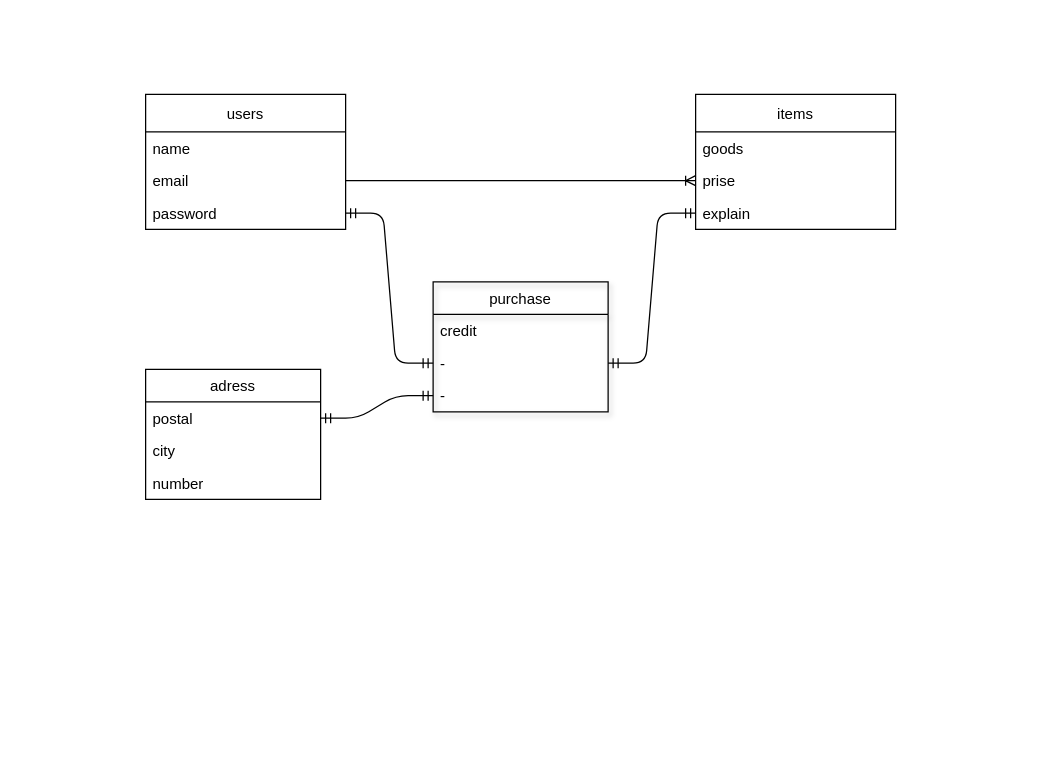
Above: furima-33002.dio in shareNOU/furima-33002 (draw.io), before the change. Source tidied: cells renumbered, new cells numbered last; positions are measured from the earlier drawing's top-left corner, leaving out a move shared by most shapes. Both pictures are drawn from the tidied source at 125%, with x=0, y=0 at pixel (145, 94).
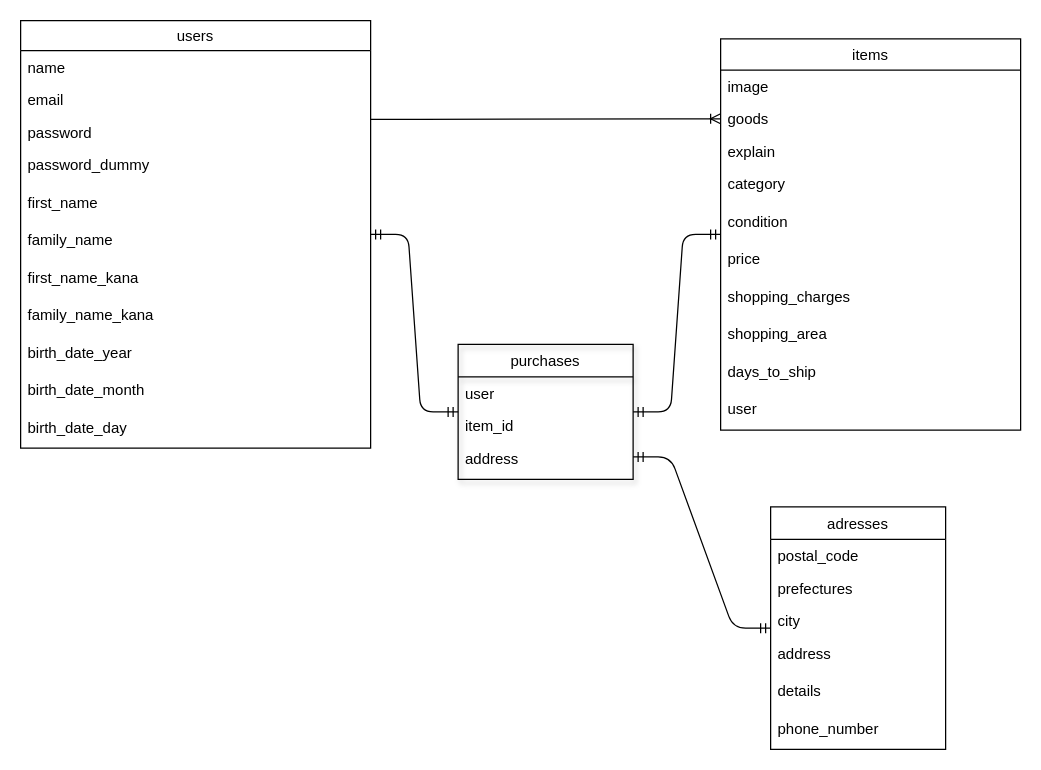
Above is the later version.

Change to the diagram source:
```diff
@@
-    <mxCell id="2" value="users" style="swimlane;fontStyle=0;horizontal=1;startSize=30;fillColor=none;" parent="1" vertex="1">
-      <mxGeometry width="160" height="108" as="geometry" />
+    <mxCell id="2" value="users" style="swimlane;fontStyle=0;horizontal=1;startSize=24;fillColor=none;" parent="1" vertex="1">
+      <mxGeometry x="-100" y="-59" width="280" height="342" as="geometry" />
     </mxCell>
     <mxCell id="3" value="name" style="text;strokeColor=none;fillColor=none;align=left;verticalAlign=top;spacingLeft=4;spacingRight=4;overflow=hidden;" parent="2" vertex="1">
-      <mxGeometry y="30" width="160" height="26" as="geometry" />
+      <mxGeometry y="24" width="280" height="26" as="geometry" />
     </mxCell>
     <mxCell id="4" value="email" style="text;strokeColor=none;fillColor=none;align=left;verticalAlign=top;spacingLeft=4;spacingRight=4;overflow=hidden;points=[[0,0.5],[1,0.5]];portConstraint=eastwest;" parent="2" vertex="1">
-      <mxGeometry y="56" width="160" height="26" as="geometry" />
+      <mxGeometry y="50" width="280" height="26" as="geometry" />
     </mxCell>
     <mxCell id="5" value="password" style="text;strokeColor=none;fillColor=none;align=left;verticalAlign=top;spacingLeft=4;spacingRight=4;overflow=hidden;points=[[0,0.5],[1,0.5]];portConstraint=eastwest;" parent="2" vertex="1">
-      <mxGeometry y="82" width="160" height="26" as="geometry" />
+      <mxGeometry y="76" width="280" height="26" as="geometry" />
     </mxCell>
+    <mxCell id="22" value="password_dummy" style="text;strokeColor=none;fillColor=none;spacingLeft=4;spacingRight=4;overflow=hidden;fontSize=12;shadow=1;" parent="2" vertex="1">
+      <mxGeometry y="102" width="280" height="30" as="geometry" />
+    </mxCell>
+    <mxCell id="23" value="first_name" style="text;strokeColor=none;fillColor=none;spacingLeft=4;spacingRight=4;overflow=hidden;fontSize=12;shadow=1;" parent="2" vertex="1">
+      <mxGeometry y="132" width="280" height="30" as="geometry" />
+    </mxCell>
+    <mxCell id="24" value="family_name" style="text;strokeColor=none;fillColor=none;spacingLeft=4;spacingRight=4;overflow=hidden;fontSize=12;shadow=1;" parent="2" vertex="1">
+      <mxGeometry y="162" width="280" height="30" as="geometry" />
+    </mxCell>
+    <mxCell id="25" value="first_name_kana" style="text;strokeColor=none;fillColor=none;spacingLeft=4;spacingRight=4;overflow=hidden;fontSize=12;shadow=1;" parent="2" vertex="1">
+      <mxGeometry y="192" width="280" height="30" as="geometry" />
+    </mxCell>
+    <mxCell id="26" value="family_name_kana" style="text;strokeColor=none;fillColor=none;spacingLeft=4;spacingRight=4;overflow=hidden;fontSize=12;shadow=1;" parent="2" vertex="1">
+      <mxGeometry y="222" width="280" height="30" as="geometry" />
+    </mxCell>
+    <mxCell id="27" value="birth_date_year" style="text;strokeColor=none;fillColor=none;spacingLeft=4;spacingRight=4;overflow=hidden;fontSize=12;shadow=1;" parent="2" vertex="1">
+      <mxGeometry y="252" width="280" height="30" as="geometry" />
+    </mxCell>
+    <mxCell id="28" value="birth_date_month" style="text;strokeColor=none;fillColor=none;spacingLeft=4;spacingRight=4;overflow=hidden;fontSize=12;shadow=1;" parent="2" vertex="1">
+      <mxGeometry y="282" width="280" height="30" as="geometry" />
+    </mxCell>
+    <mxCell id="29" value="birth_date_day" style="text;strokeColor=none;fillColor=none;spacingLeft=4;spacingRight=4;overflow=hidden;fontSize=12;shadow=1;" parent="2" vertex="1">
+      <mxGeometry y="312" width="280" height="30" as="geometry" />
+    </mxCell>
-    <mxCell id="6" value="items" style="swimlane;fontStyle=0;horizontal=1;startSize=30;fillColor=none;" parent="1" vertex="1">
-      <mxGeometry x="440" width="160" height="108" as="geometry" />
+    <mxCell id="6" value="items" style="swimlane;fontStyle=0;horizontal=1;startSize=25;fillColor=none;" parent="1" vertex="1">
+      <mxGeometry x="460" y="-44.5" width="240" height="313" as="geometry" />
     </mxCell>
-    <mxCell id="7" value="goods" style="text;strokeColor=none;fillColor=none;align=left;verticalAlign=top;spacingLeft=4;spacingRight=4;overflow=hidden;" parent="6" vertex="1">
-      <mxGeometry y="30" width="160" height="26" as="geometry" />
+    <mxCell id="7" value="image" style="text;strokeColor=none;fillColor=none;align=left;verticalAlign=top;spacingLeft=4;spacingRight=4;overflow=hidden;" parent="6" vertex="1">
+      <mxGeometry y="25" width="240" height="26" as="geometry" />
     </mxCell>
-    <mxCell id="8" value="prise" style="text;strokeColor=none;fillColor=none;align=left;verticalAlign=top;spacingLeft=4;spacingRight=4;overflow=hidden;points=[[0,0.5],[1,0.5]];portConstraint=eastwest;" parent="6" vertex="1">
-      <mxGeometry y="56" width="160" height="26" as="geometry" />
+    <mxCell id="8" value="goods" style="text;strokeColor=none;fillColor=none;align=left;verticalAlign=top;spacingLeft=4;spacingRight=4;overflow=hidden;points=[[0,0.5],[1,0.5]];portConstraint=eastwest;" parent="6" vertex="1">
+      <mxGeometry y="51" width="240" height="26" as="geometry" />
     </mxCell>
     <mxCell id="9" value="explain" style="text;strokeColor=none;fillColor=none;align=left;verticalAlign=top;spacingLeft=4;spacingRight=4;overflow=hidden;points=[[0,0.5],[1,0.5]];portConstraint=eastwest;" parent="6" vertex="1">
-      <mxGeometry y="82" width="160" height="26" as="geometry" />
+      <mxGeometry y="77" width="240" height="26" as="geometry" />
     </mxCell>
+    <mxCell id="30" value="category" style="text;strokeColor=none;fillColor=none;spacingLeft=4;spacingRight=4;overflow=hidden;fontSize=12;shadow=1;" parent="6" vertex="1">
+      <mxGeometry y="103" width="240" height="30" as="geometry" />
+    </mxCell>
+    <mxCell id="31" value="condition" style="text;strokeColor=none;fillColor=none;spacingLeft=4;spacingRight=4;overflow=hidden;fontSize=12;shadow=1;" parent="6" vertex="1">
+      <mxGeometry y="133" width="240" height="30" as="geometry" />
+    </mxCell>
+    <mxCell id="32" value="price" style="text;strokeColor=none;fillColor=none;spacingLeft=4;spacingRight=4;overflow=hidden;fontSize=12;shadow=1;" parent="6" vertex="1">
+      <mxGeometry y="163" width="240" height="30" as="geometry" />
+    </mxCell>
+    <mxCell id="33" value="shopping_charges" style="text;strokeColor=none;fillColor=none;spacingLeft=4;spacingRight=4;overflow=hidden;fontSize=12;shadow=1;" parent="6" vertex="1">
+      <mxGeometry y="193" width="240" height="30" as="geometry" />
+    </mxCell>
+    <mxCell id="34" value="shopping_area" style="text;strokeColor=none;fillColor=none;spacingLeft=4;spacingRight=4;overflow=hidden;fontSize=12;shadow=1;" parent="6" vertex="1">
+      <mxGeometry y="223" width="240" height="30" as="geometry" />
+    </mxCell>
+    <mxCell id="35" value="days_to_ship" style="text;strokeColor=none;fillColor=none;spacingLeft=4;spacingRight=4;overflow=hidden;fontSize=12;shadow=1;" parent="6" vertex="1">
+      <mxGeometry y="253" width="240" height="30" as="geometry" />
+    </mxCell>
+    <mxCell id="36" value="user" style="text;strokeColor=none;fillColor=none;spacingLeft=4;spacingRight=4;overflow=hidden;fontSize=12;shadow=1;" parent="6" vertex="1">
+      <mxGeometry y="283" width="240" height="30" as="geometry" />
+    </mxCell>
-    <mxCell id="10" value="purchase" style="swimlane;fontStyle=0;horizontal=1;startSize=26;fillColor=none;shadow=1;" parent="1" vertex="1">
-      <mxGeometry x="230" y="150" width="140" height="104" as="geometry" />
+    <mxCell id="10" value="purchases" style="swimlane;fontStyle=0;horizontal=1;startSize=26;fillColor=none;shadow=1;" parent="1" vertex="1">
+      <mxGeometry x="250" y="200" width="140" height="108" as="geometry" />
     </mxCell>
-    <mxCell id="11" value="credit" style="text;strokeColor=none;fillColor=none;align=left;verticalAlign=top;spacingLeft=4;spacingRight=4;overflow=hidden;" parent="10" vertex="1">
+    <mxCell id="11" value="user" style="text;strokeColor=none;fillColor=none;align=left;verticalAlign=top;spacingLeft=4;spacingRight=4;overflow=hidden;" parent="10" vertex="1">
       <mxGeometry y="26" width="140" height="26" as="geometry" />
     </mxCell>
-    <mxCell id="12" value="-" style="text;strokeColor=none;fillColor=none;align=left;verticalAlign=top;spacingLeft=4;spacingRight=4;overflow=hidden;points=[[0,0.5],[1,0.5]];portConstraint=eastwest;" parent="10" vertex="1">
+    <mxCell id="12" value="item_id" style="text;strokeColor=none;fillColor=none;align=left;verticalAlign=top;spacingLeft=4;spacingRight=4;overflow=hidden;points=[[0,0.5],[1,0.5]];portConstraint=eastwest;" parent="10" vertex="1">
       <mxGeometry y="52" width="140" height="26" as="geometry" />
     </mxCell>
-    <mxCell id="13" value="-" style="text;strokeColor=none;fillColor=none;align=left;verticalAlign=top;spacingLeft=4;spacingRight=4;overflow=hidden;points=[[0,0.5],[1,0.5]];portConstraint=eastwest;" parent="10" vertex="1">
-      <mxGeometry y="78" width="140" height="26" as="geometry" />
-    </mxCell>
+    <mxCell id="37" style="edgeStyle=entityRelationEdgeStyle;fontSize=12;html=1;endArrow=ERmandOne;startArrow=ERmandOne;" parent="10" edge="1" target="14">
+      <mxGeometry relative="1" as="geometry">
+        <mxPoint x="140" y="90" as="sourcePoint" />
+      </mxGeometry>
+    </mxCell>
+    <mxCell id="38" value="address" style="text;strokeColor=none;fillColor=none;spacingLeft=4;spacingRight=4;overflow=hidden;fontSize=12;shadow=1;" parent="10" vertex="1">
+      <mxGeometry y="78" width="140" height="30" as="geometry" />
+    </mxCell>
-    <mxCell id="14" value="adress" style="swimlane;fontStyle=0;horizontal=1;startSize=26;fillColor=none;" parent="1" vertex="1">
-      <mxGeometry y="220" width="140" height="104" as="geometry" />
+    <mxCell id="14" value="adresses" style="swimlane;fontStyle=0;horizontal=1;startSize=26;fillColor=none;" parent="1" vertex="1">
+      <mxGeometry x="500" y="330" width="140" height="194" as="geometry" />
     </mxCell>
-    <mxCell id="15" value="postal" style="text;strokeColor=none;fillColor=none;align=left;verticalAlign=top;spacingLeft=4;spacingRight=4;overflow=hidden;points=[[0,0.5],[1,0.5]];portConstraint=eastwest;" parent="14" vertex="1">
+    <mxCell id="15" value="postal_code" style="text;strokeColor=none;fillColor=none;align=left;verticalAlign=top;spacingLeft=4;spacingRight=4;overflow=hidden;points=[[0,0.5],[1,0.5]];portConstraint=eastwest;" parent="14" vertex="1">
       <mxGeometry y="26" width="140" height="26" as="geometry" />
     </mxCell>
-    <mxCell id="16" value="city" style="text;strokeColor=none;fillColor=none;align=left;verticalAlign=top;spacingLeft=4;spacingRight=4;overflow=hidden;" parent="14" vertex="1">
+    <mxCell id="16" value="prefectures" style="text;strokeColor=none;fillColor=none;align=left;verticalAlign=top;spacingLeft=4;spacingRight=4;overflow=hidden;" parent="14" vertex="1">
       <mxGeometry y="52" width="140" height="26" as="geometry" />
     </mxCell>
-    <mxCell id="17" value="number" style="text;strokeColor=none;fillColor=none;align=left;verticalAlign=top;spacingLeft=4;spacingRight=4;overflow=hidden;" parent="14" vertex="1">
+    <mxCell id="17" value="city" style="text;strokeColor=none;fillColor=none;align=left;verticalAlign=top;spacingLeft=4;spacingRight=4;overflow=hidden;" parent="14" vertex="1">
       <mxGeometry y="78" width="140" height="26" as="geometry" />
     </mxCell>
-    <mxCell id="18" style="edgeStyle=entityRelationEdgeStyle;fontSize=12;html=1;endArrow=ERoneToMany;exitX=1;exitY=0.5;exitDx=0;exitDy=0;entryX=0;entryY=0.5;entryDx=0;entryDy=0;" parent="1" edge="1" source="4" target="8">
-      <mxGeometry relative="1" as="geometry" />
-    </mxCell>
-    <mxCell id="19" style="edgeStyle=entityRelationEdgeStyle;fontSize=12;html=1;endArrow=ERmandOne;startArrow=ERmandOne;entryX=1;entryY=0.5;entryDx=0;entryDy=0;exitX=0;exitY=0.5;exitDx=0;exitDy=0;" parent="1" edge="1" source="12" target="5">
-      <mxGeometry relative="1" as="geometry" />
-    </mxCell>
-    <mxCell id="20" style="edgeStyle=entityRelationEdgeStyle;fontSize=12;html=1;endArrow=ERmandOne;startArrow=ERmandOne;entryX=0;entryY=0.5;entryDx=0;entryDy=0;exitX=1;exitY=0.5;exitDx=0;exitDy=0;" parent="1" edge="1" source="12" target="9">
-      <mxGeometry relative="1" as="geometry" />
-    </mxCell>
-    <mxCell id="21" style="edgeStyle=entityRelationEdgeStyle;fontSize=12;html=1;endArrow=ERmandOne;startArrow=ERmandOne;exitX=1;exitY=0.5;exitDx=0;exitDy=0;entryX=0;entryY=0.5;entryDx=0;entryDy=0;" parent="1" edge="1" source="15" target="13">
-      <mxGeometry relative="1" as="geometry" />
-    </mxCell>
+    <mxCell id="39" value="address" style="text;strokeColor=none;fillColor=none;spacingLeft=4;spacingRight=4;overflow=hidden;fontSize=12;shadow=1;" parent="14" vertex="1">
+      <mxGeometry y="104" width="140" height="30" as="geometry" />
+    </mxCell>
+    <mxCell id="40" value="details" style="text;strokeColor=none;fillColor=none;spacingLeft=4;spacingRight=4;overflow=hidden;fontSize=12;shadow=1;" parent="14" vertex="1">
+      <mxGeometry y="134" width="140" height="30" as="geometry" />
+    </mxCell>
+    <mxCell id="41" value="phone_number" style="text;strokeColor=none;fillColor=none;spacingLeft=4;spacingRight=4;overflow=hidden;fontSize=12;shadow=1;" parent="14" vertex="1">
+      <mxGeometry y="164" width="140" height="30" as="geometry" />
+    </mxCell>
+    <mxCell id="42" style="edgeStyle=entityRelationEdgeStyle;fontSize=12;html=1;endArrow=ERoneToMany;entryX=0;entryY=0.5;entryDx=0;entryDy=0;" parent="1" edge="1" target="8">
+      <mxGeometry relative="1" as="geometry">
+        <mxPoint x="180" y="20" as="sourcePoint" />
+      </mxGeometry>
+    </mxCell>
+    <mxCell id="43" style="edgeStyle=entityRelationEdgeStyle;fontSize=12;html=1;endArrow=ERmandOne;startArrow=ERmandOne;" parent="1" edge="1" source="2" target="10">
+      <mxGeometry relative="1" as="geometry" />
+    </mxCell>
+    <mxCell id="44" style="edgeStyle=entityRelationEdgeStyle;fontSize=12;html=1;endArrow=ERmandOne;startArrow=ERmandOne;" parent="1" edge="1" source="10" target="6">
+      <mxGeometry relative="1" as="geometry" />
+    </mxCell>
```
